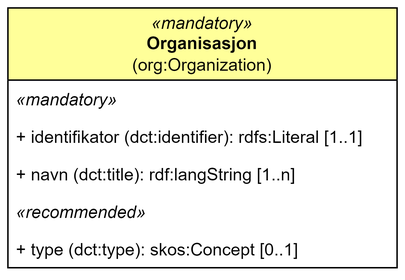
Earlier version of the draw.io export docs/images/cdvno-organization.png (Informasjonsforvaltning/cdvno). Source tidied: cells renumbered, new cells last; positions are measured from the earlier drawing's top-left corner, leaving out a move shared by most shapes.
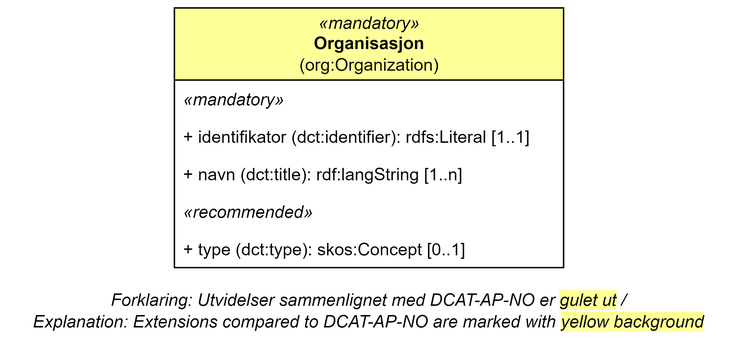
Above is the later version.

Diff of the diagram source:
```diff
@@ -20,5 +20,8 @@
     <mxCell id="7" value="+ type (dct:type): skos:Concept [0..1]" style="text;strokeColor=none;fillColor=none;align=left;verticalAlign=top;spacingLeft=4;spacingRight=4;overflow=hidden;whiteSpace=wrap;html=1;" parent="2" vertex="1">
       <mxGeometry y="154" width="270" height="26" as="geometry" />
     </mxCell>
+    <mxCell id="8" value="Forklaring: Utvidelser sammenlignet med DCAT-AP-NO er&amp;nbsp;&lt;span style=&quot;background-color: rgb(255, 255, 153);&quot;&gt;gulet ut&lt;/span&gt;&lt;span style=&quot;background-color: rgb(255 , 255 , 255)&quot;&gt;&amp;nbsp;/ &lt;br&gt;Explanation: Extensions compared to DCAT-AP-NO&amp;nbsp;are marked with&amp;nbsp;&lt;/span&gt;&lt;span style=&quot;background-color: rgb(255, 255, 153);&quot;&gt;yellow background&lt;/span&gt;" style="text;html=1;strokeColor=none;fillColor=none;align=center;verticalAlign=middle;whiteSpace=wrap;rounded=0;fontStyle=2;" parent="1" vertex="1">
+      <mxGeometry x="-115.5" y="200" width="501" height="20" as="geometry" />
+    </mxCell>
   </root>
 </mxGraphModel>
```
